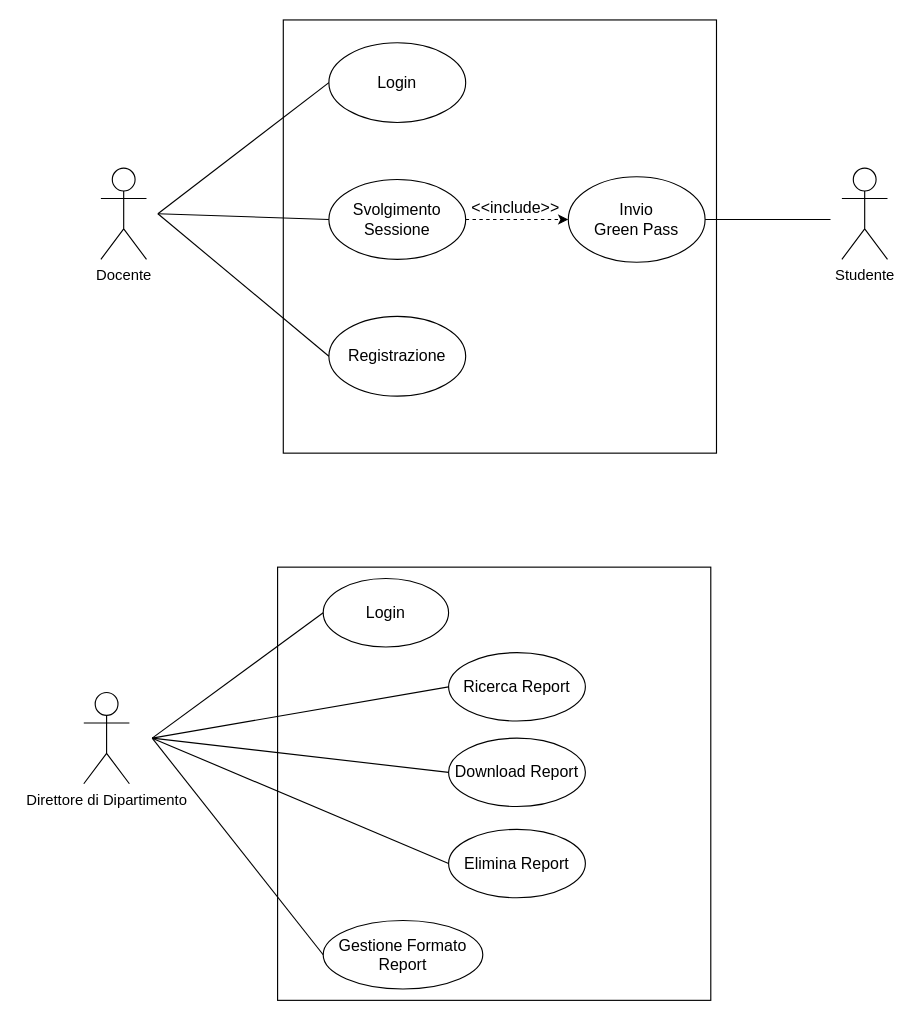
This is Documentazione/Resources/Use Case Model.drawio from Alberto-00/EasyPass, a draw.io file, before an edit. Source tidied: cells renumbered, new cells numbered last; positions are measured from the earlier drawing's top-left corner, leaving out a move shared by most shapes. Both pictures are drawn from the tidied source at 114%, with x=0, y=0 at pixel (83, 19).
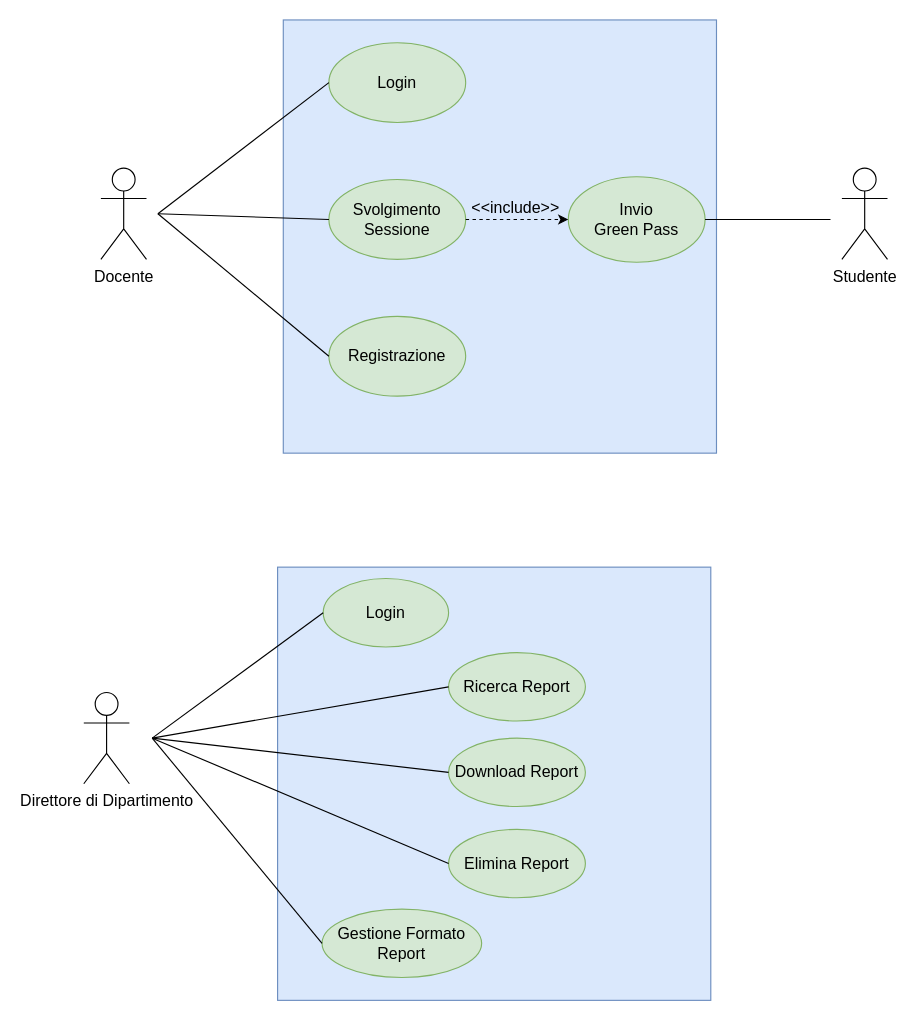
Above is the later version.

What changed in the source:
```diff
@@
-    <mxCell id="2" value="&lt;font style=&quot;font-size: 13px&quot;&gt;Docente&lt;/font&gt;" style="shape=umlActor;verticalLabelPosition=bottom;verticalAlign=top;html=1;" parent="1" vertex="1">
+    <mxCell id="2" value="&lt;font style=&quot;font-size: 14px&quot;&gt;Docente&lt;/font&gt;" style="shape=umlActor;verticalLabelPosition=bottom;verticalAlign=top;html=1;" parent="1" vertex="1">
       <mxGeometry x="15" y="130" width="40" height="80" as="geometry" />
     </mxCell>
-    <mxCell id="3" style="whiteSpace=wrap;html=1;" parent="1" vertex="1">
+    <mxCell id="3" style="whiteSpace=wrap;html=1;fillColor=#dae8fc;strokeColor=#6c8ebf;" parent="1" vertex="1">
       <mxGeometry x="175" width="380" height="380" as="geometry" />
     </mxCell>
-    <mxCell id="4" value="&lt;font style=&quot;font-size: 14px&quot;&gt;Login&lt;/font&gt;" style="ellipse;whiteSpace=wrap;html=1;" parent="1" vertex="1">
+    <mxCell id="4" value="&lt;font style=&quot;font-size: 14px&quot;&gt;Login&lt;/font&gt;" style="ellipse;whiteSpace=wrap;html=1;fillColor=#d5e8d4;strokeColor=#82b366;" parent="1" vertex="1">
       <mxGeometry x="215" y="20" width="120" height="70" as="geometry" />
     </mxCell>
-    <mxCell id="5" value="&lt;font style=&quot;font-size: 14px&quot;&gt;Svolgimento Sessione&lt;/font&gt;" style="ellipse;whiteSpace=wrap;html=1;" parent="1" vertex="1">
+    <mxCell id="5" value="&lt;font style=&quot;font-size: 14px&quot;&gt;Svolgimento Sessione&lt;/font&gt;" style="ellipse;whiteSpace=wrap;html=1;fillColor=#d5e8d4;strokeColor=#82b366;" parent="1" vertex="1">
       <mxGeometry x="215" y="140" width="120" height="70" as="geometry" />
     </mxCell>
-    <mxCell id="6" value="&lt;font style=&quot;font-size: 14px&quot;&gt;Registrazione&lt;/font&gt;" style="ellipse;whiteSpace=wrap;html=1;" parent="1" vertex="1">
+    <mxCell id="6" value="&lt;font style=&quot;font-size: 14px&quot;&gt;Registrazione&lt;/font&gt;" style="ellipse;whiteSpace=wrap;html=1;fillColor=#d5e8d4;strokeColor=#82b366;" parent="1" vertex="1">
       <mxGeometry x="215" y="260" width="120" height="70" as="geometry" />
     </mxCell>
-    <mxCell id="7" value="&lt;font style=&quot;font-size: 14px&quot;&gt;Invio &lt;br&gt;Green Pass&lt;/font&gt;" style="ellipse;whiteSpace=wrap;html=1;" parent="1" vertex="1">
+    <mxCell id="7" value="&lt;font style=&quot;font-size: 14px&quot;&gt;Invio &lt;br&gt;Green Pass&lt;/font&gt;" style="ellipse;whiteSpace=wrap;html=1;fillColor=#d5e8d4;strokeColor=#82b366;" parent="1" vertex="1">
       <mxGeometry x="425" y="137.5" width="120" height="75" as="geometry" />
     </mxCell>
-    <mxCell id="8" value="&lt;font style=&quot;font-size: 13px&quot;&gt;Studente&lt;/font&gt;" style="shape=umlActor;verticalLabelPosition=bottom;verticalAlign=top;html=1;" parent="1" vertex="1">
+    <mxCell id="8" value="&lt;font style=&quot;font-size: 14px&quot;&gt;Studente&lt;/font&gt;" style="shape=umlActor;verticalLabelPosition=bottom;verticalAlign=top;html=1;" parent="1" vertex="1">
       <mxGeometry x="665" y="130" width="40" height="80" as="geometry" />
     </mxCell>
@@
-    <mxCell id="15" value="&lt;font style=&quot;font-size: 13px&quot;&gt;Direttore di Dipartimento&lt;/font&gt;" style="shape=umlActor;verticalLabelPosition=bottom;verticalAlign=top;html=1;" parent="1" vertex="1">
+    <mxCell id="15" value="&lt;font style=&quot;font-size: 14px&quot;&gt;Direttore di Dipartimento&lt;/font&gt;" style="shape=umlActor;verticalLabelPosition=bottom;verticalAlign=top;html=1;" parent="1" vertex="1">
       <mxGeometry y="590" width="40" height="80" as="geometry" />
     </mxCell>
-    <mxCell id="16" style="whiteSpace=wrap;html=1;" parent="1" vertex="1">
+    <mxCell id="16" style="whiteSpace=wrap;html=1;fillColor=#dae8fc;strokeColor=#6c8ebf;" parent="1" vertex="1">
       <mxGeometry x="170" y="480" width="380" height="380" as="geometry" />
     </mxCell>
-    <mxCell id="17" value="&lt;font style=&quot;font-size: 14px&quot;&gt;Login&lt;/font&gt;" style="ellipse;whiteSpace=wrap;html=1;" parent="1" vertex="1">
+    <mxCell id="17" value="&lt;font style=&quot;font-size: 14px&quot;&gt;Login&lt;/font&gt;" style="ellipse;whiteSpace=wrap;html=1;fillColor=#d5e8d4;strokeColor=#82b366;" parent="1" vertex="1">
       <mxGeometry x="210" y="490" width="110" height="60" as="geometry" />
     </mxCell>
-    <mxCell id="18" value="&lt;font style=&quot;font-size: 14px&quot;&gt;Ricerca Report&lt;/font&gt;" style="ellipse;whiteSpace=wrap;html=1;" parent="1" vertex="1">
+    <mxCell id="18" value="&lt;font style=&quot;font-size: 14px&quot;&gt;Ricerca Report&lt;/font&gt;" style="ellipse;whiteSpace=wrap;html=1;fillColor=#d5e8d4;strokeColor=#82b366;" parent="1" vertex="1">
       <mxGeometry x="320" y="555" width="120" height="60" as="geometry" />
     </mxCell>
-    <mxCell id="19" value="&lt;font style=&quot;font-size: 14px&quot;&gt;Gestione Formato Report&lt;/font&gt;" style="ellipse;whiteSpace=wrap;html=1;" parent="1" vertex="1">
-      <mxGeometry x="210" y="790" width="140" height="60" as="geometry" />
+    <mxCell id="19" value="&lt;font style=&quot;font-size: 14px&quot;&gt;Gestione Formato Report&lt;/font&gt;" style="ellipse;whiteSpace=wrap;html=1;fillColor=#d5e8d4;strokeColor=#82b366;" parent="1" vertex="1">
+      <mxGeometry x="209" y="780" width="140" height="60" as="geometry" />
     </mxCell>
@@
-    <mxCell id="23" value="&lt;font style=&quot;font-size: 14px&quot;&gt;Download Report&lt;/font&gt;" style="ellipse;whiteSpace=wrap;html=1;" parent="1" vertex="1">
+    <mxCell id="23" value="&lt;font style=&quot;font-size: 14px&quot;&gt;Download Report&lt;/font&gt;" style="ellipse;whiteSpace=wrap;html=1;fillColor=#d5e8d4;strokeColor=#82b366;" parent="1" vertex="1">
       <mxGeometry x="320" y="630" width="120" height="60" as="geometry" />
     </mxCell>
-    <mxCell id="24" value="&lt;font style=&quot;font-size: 14px&quot;&gt;Elimina Report&lt;/font&gt;" style="ellipse;whiteSpace=wrap;html=1;" parent="1" vertex="1">
+    <mxCell id="24" value="&lt;font style=&quot;font-size: 14px&quot;&gt;Elimina Report&lt;/font&gt;" style="ellipse;whiteSpace=wrap;html=1;fillColor=#d5e8d4;strokeColor=#82b366;" parent="1" vertex="1">
       <mxGeometry x="320" y="710" width="120" height="60" as="geometry" />
     </mxCell>
```
